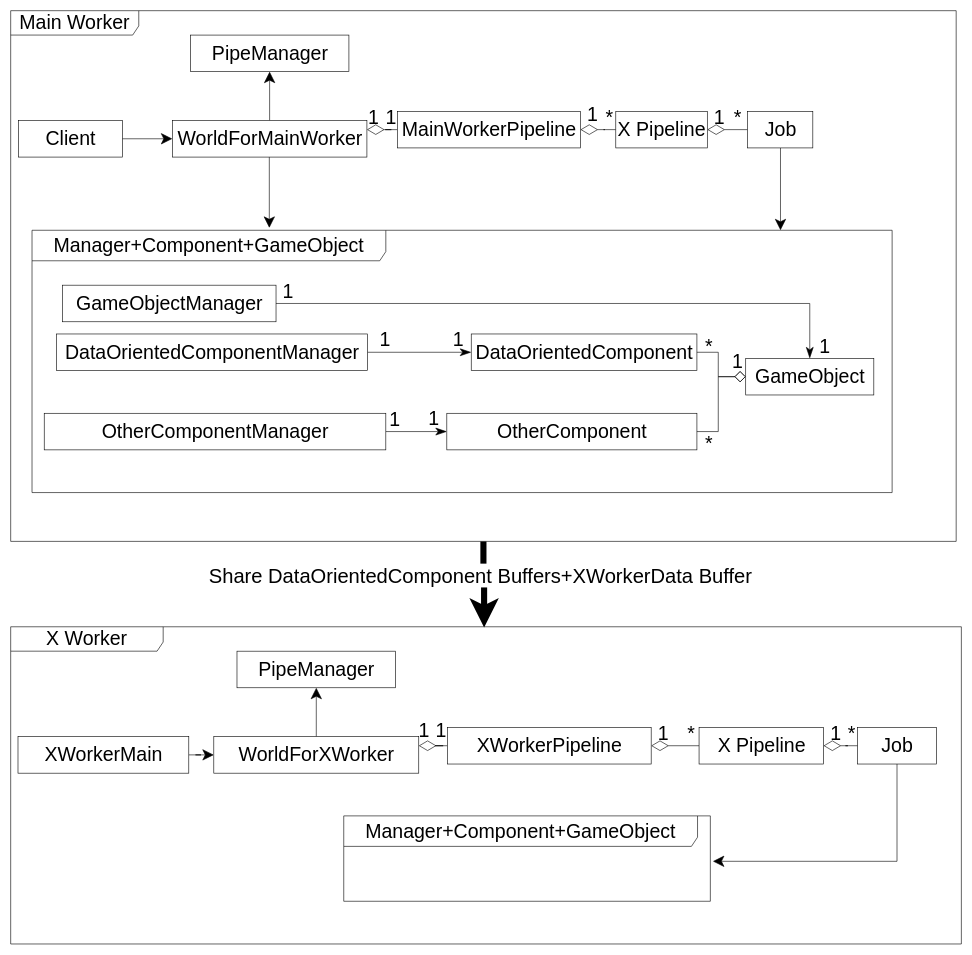
This is packages/多线程模式/role_abstract/类图.drawio from yyc-git/3DProgramPattern, a draw.io file, before an edit. Source tidied: cells renumbered, new cells numbered last; positions are measured from the earlier drawing's top-left corner, leaving out a move shared by most shapes. Both pictures are drawn from the tidied source at 61%, with x=0, y=0 at pixel (10, 10).
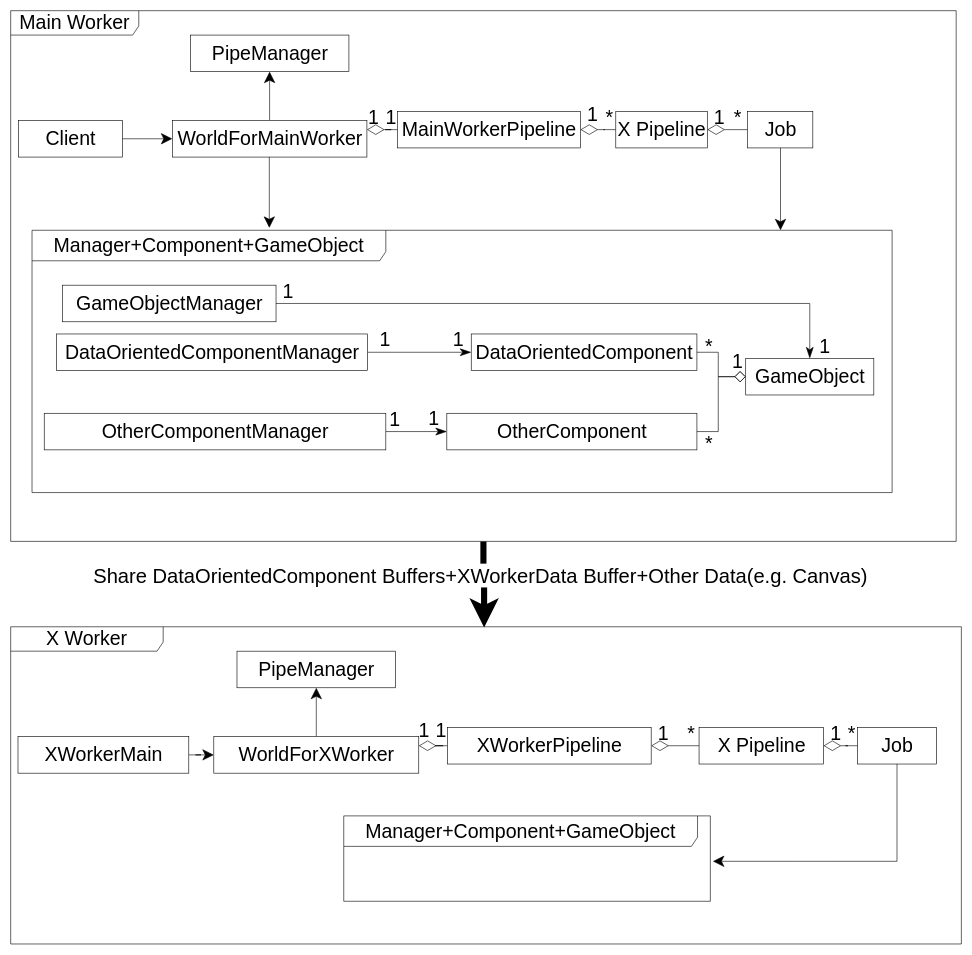
The same diagram, later.

Unchanged cells that the change refers to:
```xml
<mxCell id="2" style="edgeStyle=orthogonalEdgeStyle;rounded=0;jettySize=auto;html=1;entryX=0.498;entryY=0.002;entryDx=0;entryDy=0;entryPerimeter=0;startSize=16;endSize=16;strokeWidth=10;" parent="1" edge="1" source="4" target="14">
  <mxGeometry relative="1" as="geometry" />
</mxCell>
```

Change to the diagram source:
```diff
@@
-    <mxCell id="3" value="&lt;font style=&quot;font-size: 33px&quot;&gt;Share DataOrientedComponent Buffers+XWorkerData Buffer&lt;/font&gt;" style="edgeLabel;html=1;align=center;verticalAlign=middle;" parent="2" vertex="1">
+    <mxCell id="3" value="&lt;font style=&quot;font-size: 33px&quot;&gt;Share DataOrientedComponent Buffers+XWorkerData Buffer+Other Data(e.g. Canvas)&lt;/font&gt;" style="edgeLabel;html=1;align=center;verticalAlign=middle;" parent="2" vertex="1">
       <mxGeometry x="-0.17" y="-7" relative="1" as="geometry">
         <mxPoint x="1" y="-4" as="offset" />
       </mxGeometry>
     </mxCell>
```
